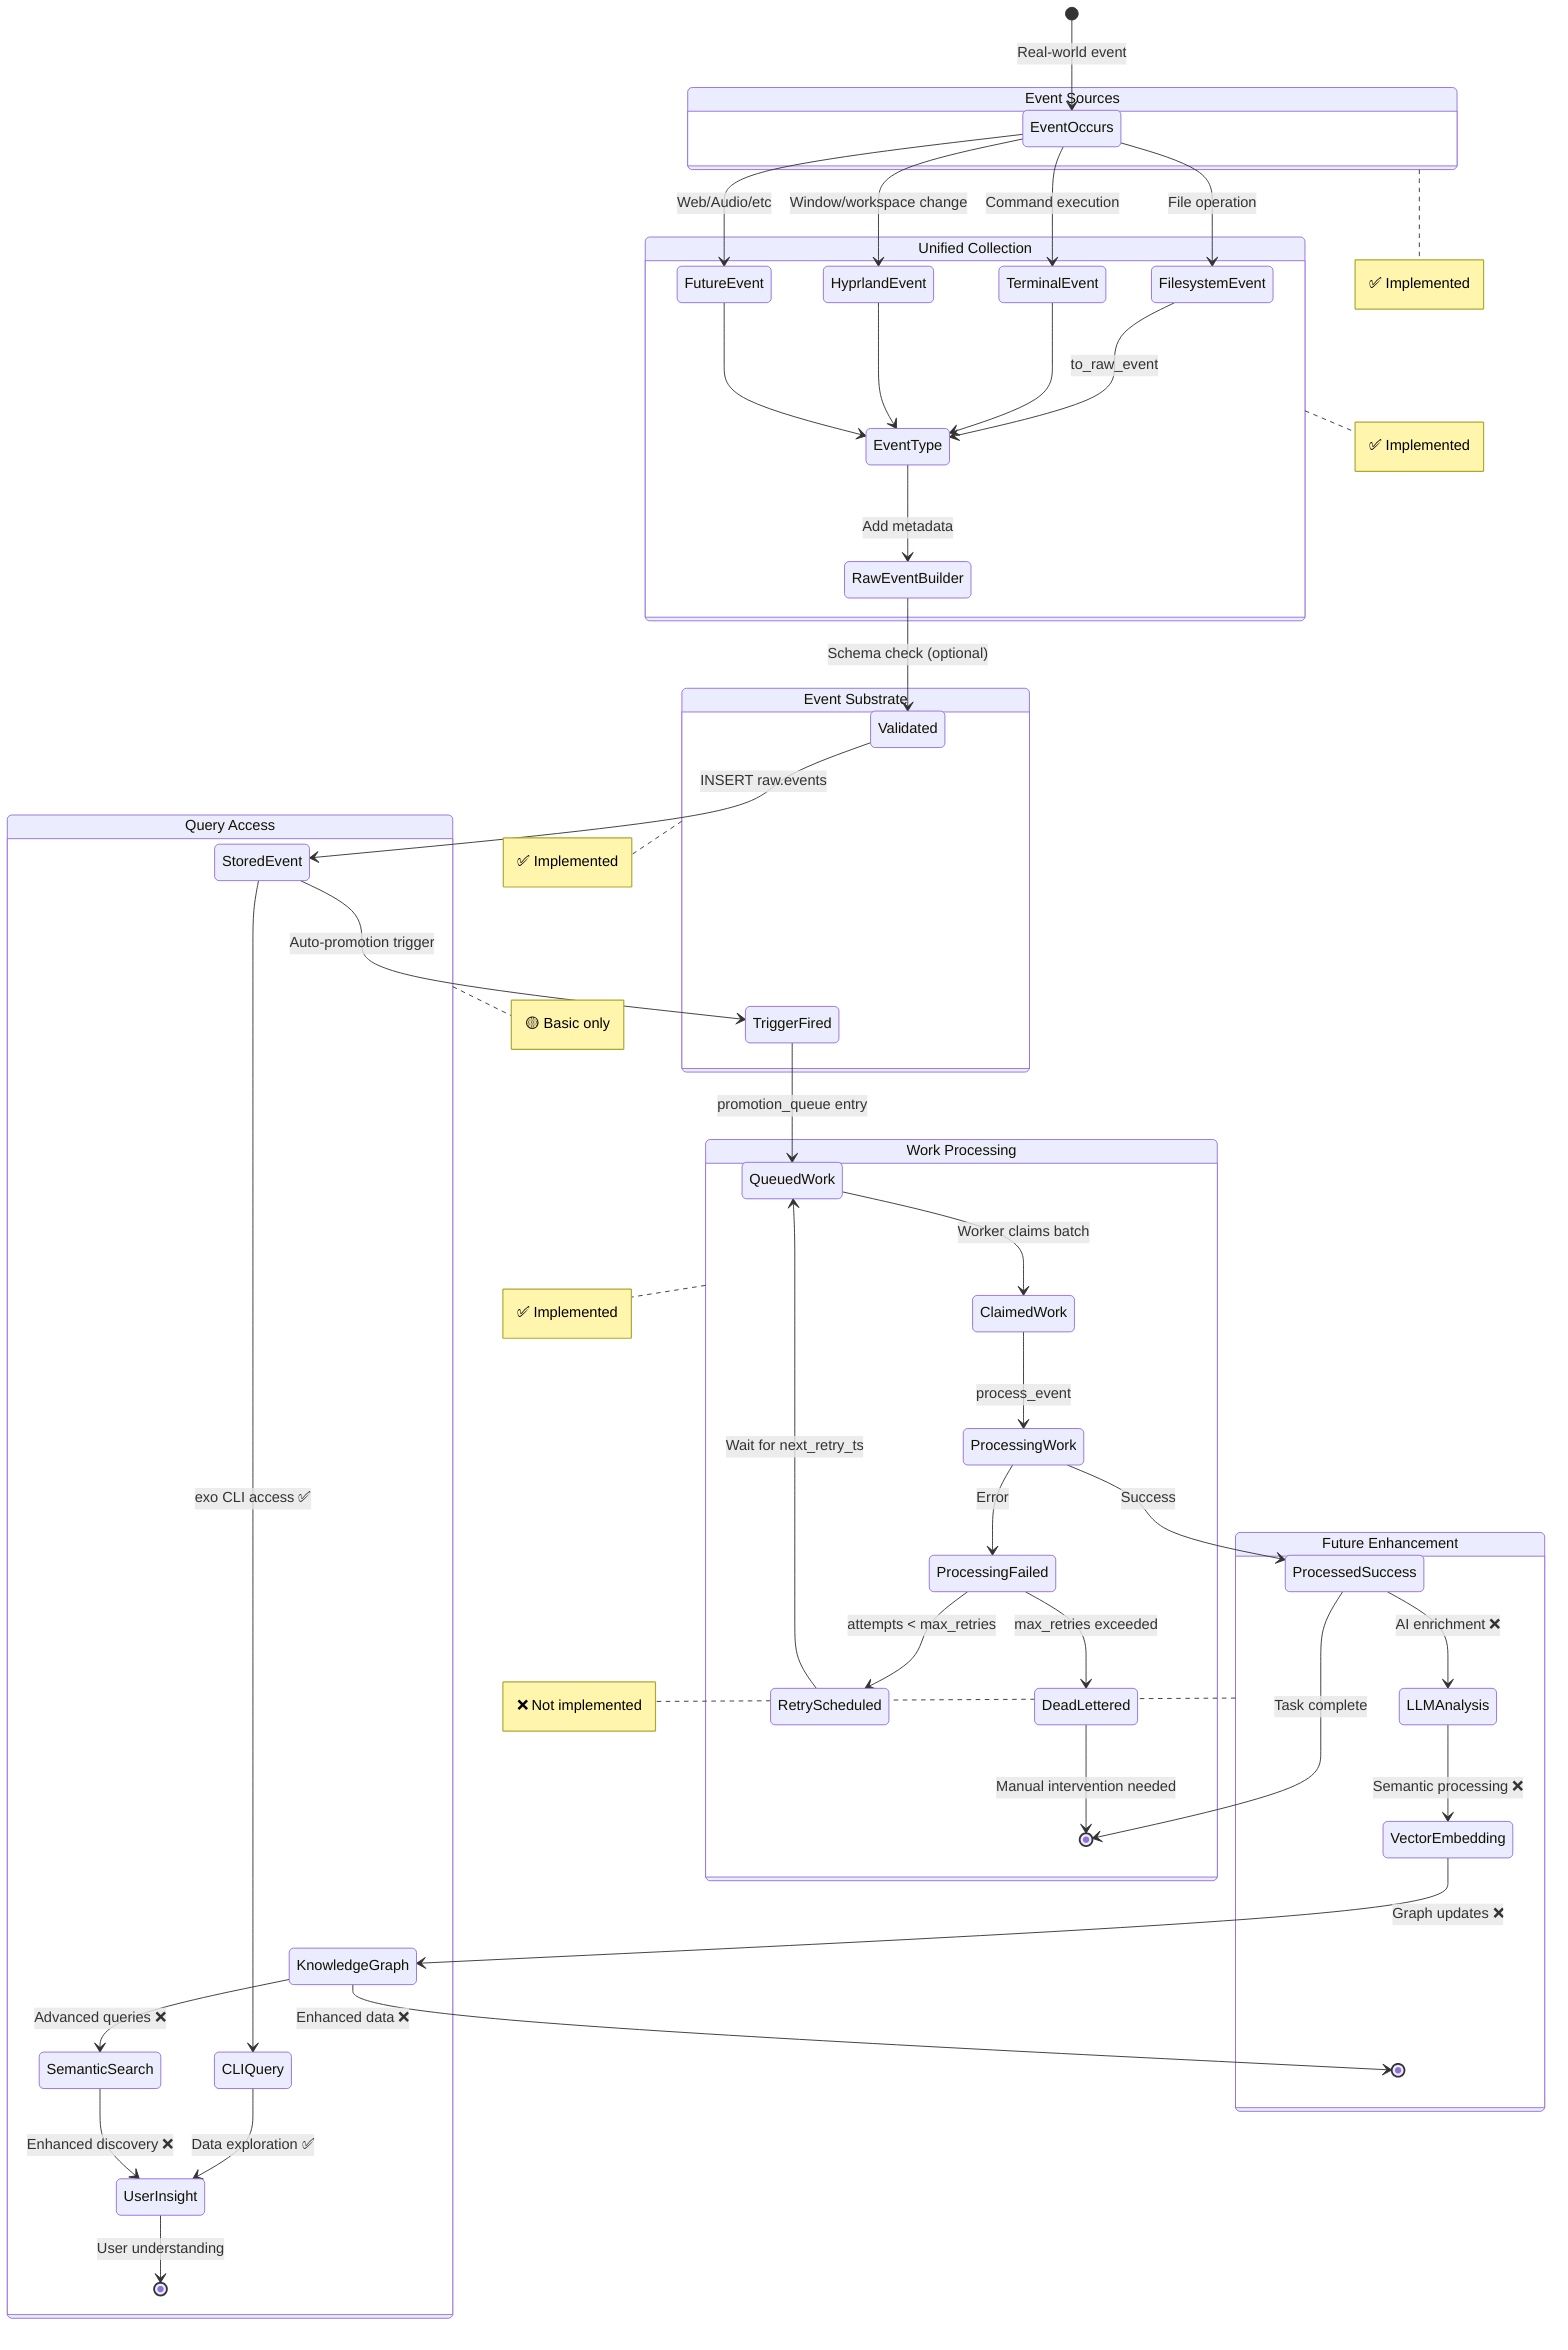
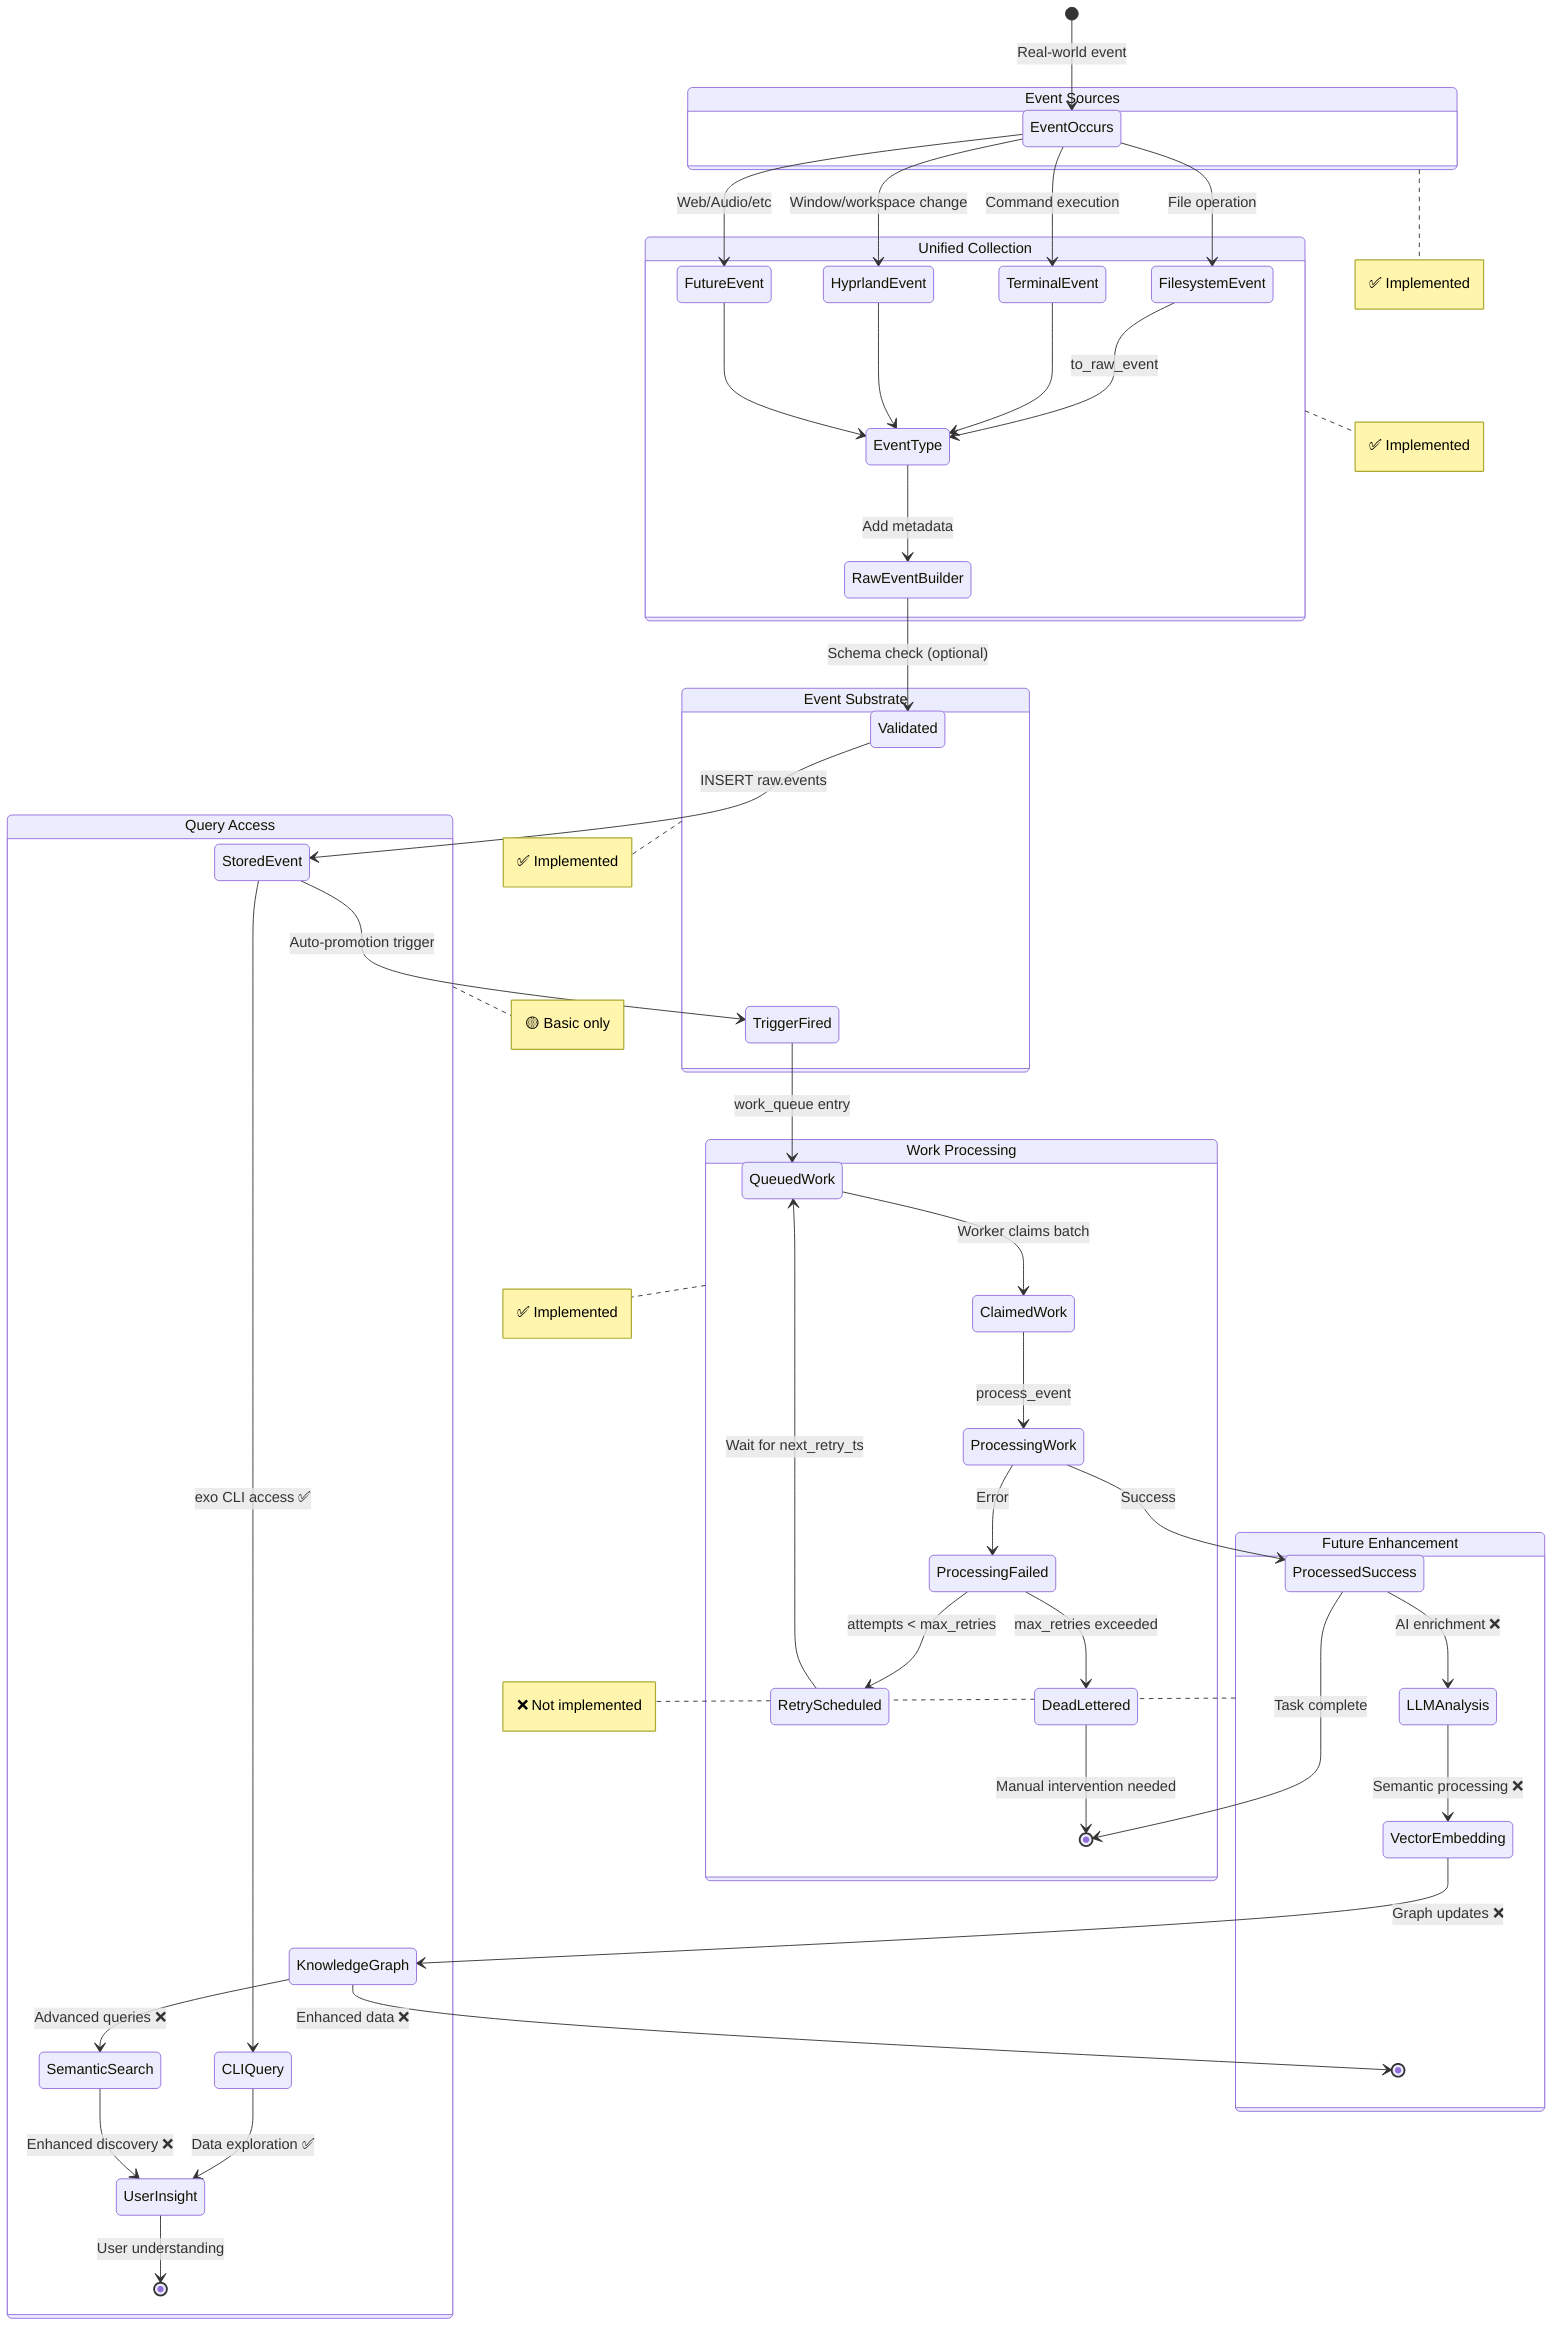
stateDiagram-v2
    [*] --> EventOccurs : Real-world event

    state "Event Sources" as Sources {
        EventOccurs --> FilesystemEvent : File operation
        EventOccurs --> TerminalEvent : Command execution
        EventOccurs --> HyprlandEvent : Window/workspace change
        EventOccurs --> FutureEvent : Web/Audio/etc
    }

    state "Unified Collection" as Collection {
        FilesystemEvent --> EventType : to_raw_event
        TerminalEvent --> EventType
        HyprlandEvent --> EventType
        FutureEvent --> EventType

        EventType --> RawEventBuilder : Add metadata
        RawEventBuilder --> Validated : Schema check (optional)
    }

    state "Event Substrate" as Substrate {
        Validated --> StoredEvent : INSERT raw.events
        StoredEvent --> TriggerFired : Auto-promotion trigger
-         TriggerFired --> QueuedWork : promotion_queue entry
+         TriggerFired --> QueuedWork : work_queue entry
    }

    state "Work Processing" as Processing {
        QueuedWork --> ClaimedWork : Worker claims batch
        ClaimedWork --> ProcessingWork : process_event

        ProcessingWork --> ProcessedSuccess : Success
        ProcessingWork --> ProcessingFailed : Error

        ProcessingFailed --> RetryScheduled : attempts < max_retries
        ProcessingFailed --> DeadLettered : max_retries exceeded

        RetryScheduled --> QueuedWork : Wait for next_retry_ts
        ProcessedSuccess --> [*] : Task complete
        DeadLettered --> [*] : Manual intervention needed
    }

    state "Future Enhancement" as Future {
        ProcessedSuccess --> LLMAnalysis : AI enrichment ❌
        LLMAnalysis --> VectorEmbedding : Semantic processing ❌
        VectorEmbedding --> KnowledgeGraph : Graph updates ❌
        KnowledgeGraph --> [*] : Enhanced data ❌
    }

    state "Query Access" as Query {
        StoredEvent --> CLIQuery : exo CLI access ✅
        KnowledgeGraph --> SemanticSearch : Advanced queries ❌
        CLIQuery --> UserInsight : Data exploration ✅
        SemanticSearch --> UserInsight : Enhanced discovery ❌
        UserInsight --> [*] : User understanding
    }

    note right of Sources : ✅ Implemented
    note right of Collection : ✅ Implemented
    note right of Substrate : ✅ Implemented
    note right of Processing : ✅ Implemented
    note right of Future : ❌ Not implemented
    note right of Query : 🟡 Basic only